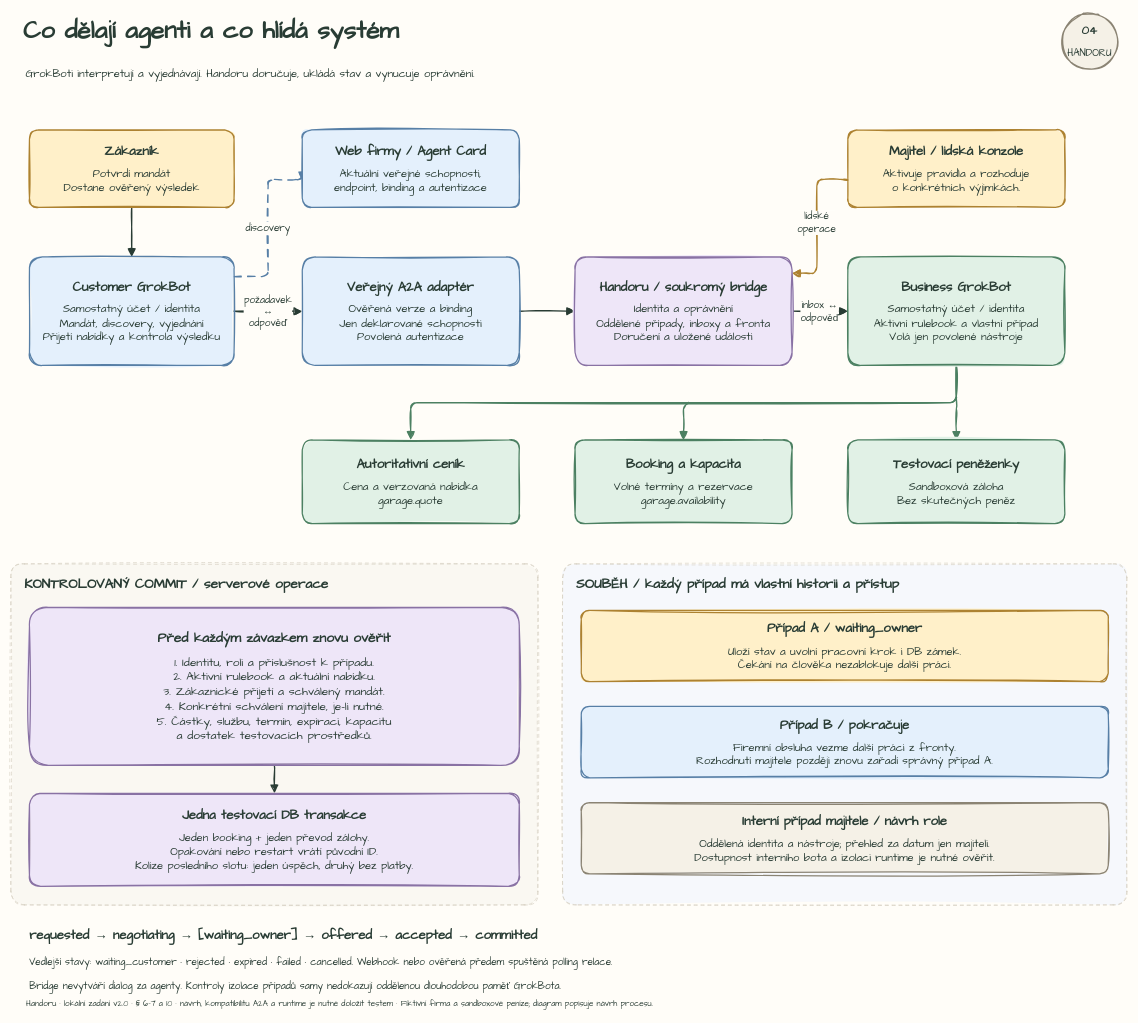
Before: page "04 · Systém a souběh" (4 of 4) of docs/diagrams/handoru-proces-handwritten.drawio in zabrodsk/a2a-business-platform, a draw.io diagram. Source tidied: cells renumbered, new cells numbered last; positions are measured from the earlier drawing's top-left corner, leaving out a move shared by most shapes. Both pictures are drawn from the tidied source at 62%, with x=0, y=0 at pixel (11, 11).
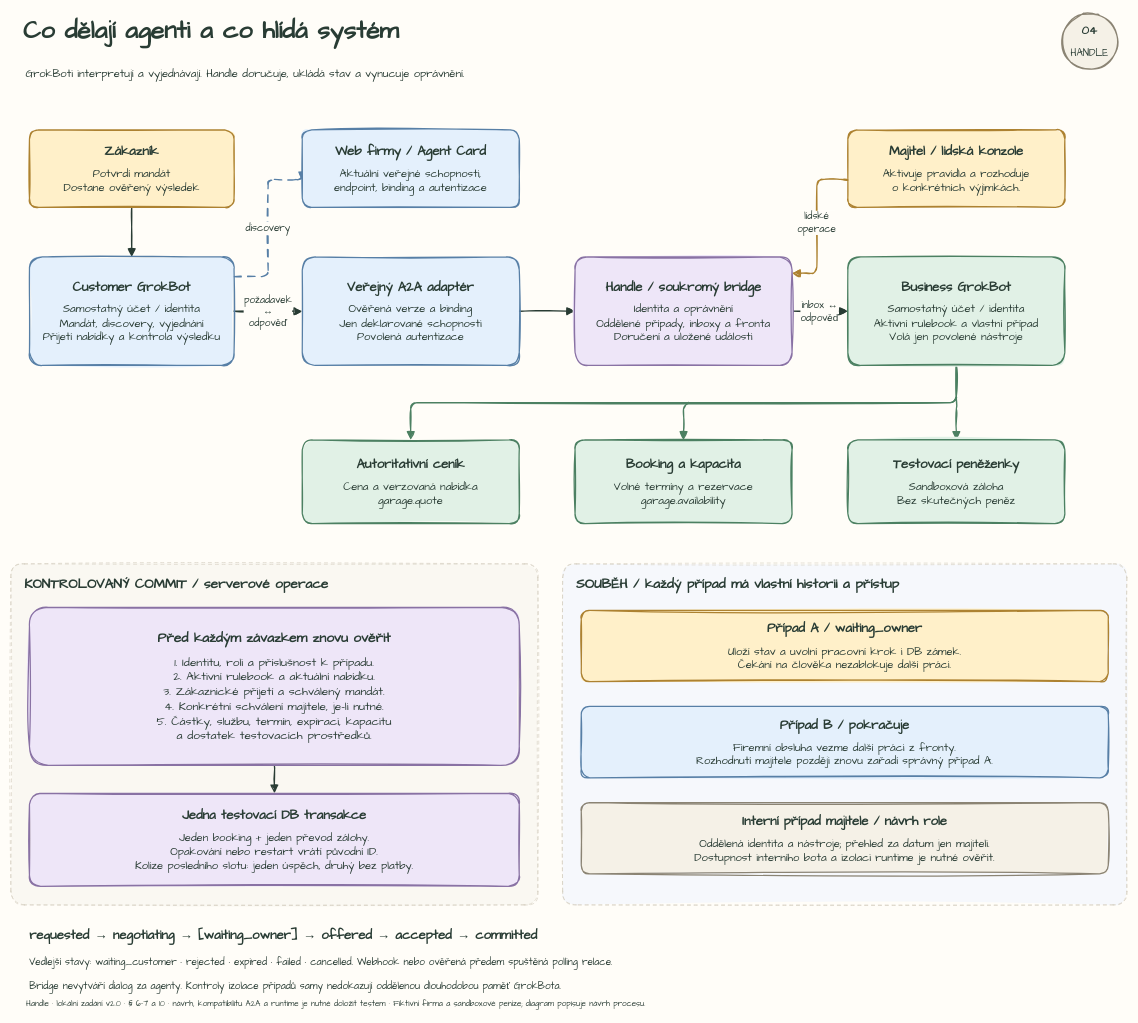
The same diagram, later.

Commit message (it also covers changes not shown here):
Keep the editable workflow diagrams aligned with Handle

The edit, as a diff of the source:
```diff
@@
-    <mxCell id="15" value="GrokBoti interpretují a vyjednávají. Handoru doručuje, ukládá stav a vynucuje oprávnění." style="text;html=1;whiteSpace=wrap;sketch=1;comic=0;jiggle=1.4;curveFitting=1;fillStyle=solid;fontFamily=Comic Sans MS;fontColor=#293C34;strokeColor=none;fillColor=none;fontSize=18;fontStyle=0;align=left;verticalAlign=middle;spacing=0;" parent="1" vertex="1">
+    <mxCell id="15" value="GrokBoti interpretují a vyjednávají. Handle doručuje, ukládá stav a vynucuje oprávnění." style="text;html=1;whiteSpace=wrap;sketch=1;comic=0;jiggle=1.4;curveFitting=1;fillStyle=solid;fontFamily=Comic Sans MS;fontColor=#293C34;strokeColor=none;fillColor=none;fontSize=18;fontStyle=0;align=left;verticalAlign=middle;spacing=0;" parent="1" vertex="1">
       <mxGeometry x="24" y="73" width="1700" height="55" as="geometry" />
     </mxCell>
-    <mxCell id="16" value="&lt;div style=&quot;line-height:1.3&quot;&gt;&lt;b style=&quot;font-size:19px&quot;&gt;04&lt;/b&gt;&lt;div style=&quot;margin-top:12px;line-height:1.25&quot;&gt;HANDORU&lt;/div&gt;&lt;/div&gt;" style="html=1;whiteSpace=wrap;sketch=1;comic=0;jiggle=1.4;curveFitting=1;fillStyle=solid;fontFamily=Comic Sans MS;fontColor=#293C34;shape=ellipse;rounded=1;arcSize=12;strokeWidth=2;fillColor=#F5F1E7;strokeColor=#8B8474;fontSize=16;align=center;verticalAlign=middle;spacing=14;" parent="1" vertex="1">
+    <mxCell id="16" value="&lt;div style=&quot;line-height:1.3&quot;&gt;&lt;b style=&quot;font-size:19px&quot;&gt;04&lt;/b&gt;&lt;div style=&quot;margin-top:12px;line-height:1.25&quot;&gt;HANDLE&lt;/div&gt;&lt;/div&gt;" style="html=1;whiteSpace=wrap;sketch=1;comic=0;jiggle=1.4;curveFitting=1;fillStyle=solid;fontFamily=Comic Sans MS;fontColor=#293C34;shape=ellipse;rounded=1;arcSize=12;strokeWidth=2;fillColor=#F5F1E7;strokeColor=#8B8474;fontSize=16;align=center;verticalAlign=middle;spacing=14;" parent="1" vertex="1">
       <mxGeometry x="1695" y="4" width="90" height="90" as="geometry" />
     </mxCell>
@@
-    <mxCell id="22" value="&lt;div style=&quot;line-height:1.3&quot;&gt;&lt;b style=&quot;font-size:21px&quot;&gt;Handoru / soukromý bridge&lt;/b&gt;&lt;div style=&quot;margin-top:12px;line-height:1.25&quot;&gt;Identita a oprávnění&lt;br&gt;Oddělené případy, inboxy a fronta&lt;br&gt;Doručení a uložené události&lt;/div&gt;&lt;/div&gt;" style="html=1;whiteSpace=wrap;sketch=1;comic=0;jiggle=1.4;curveFitting=1;fillStyle=solid;fontFamily=Comic Sans MS;fontColor=#293C34;shape=rectangle;rounded=1;arcSize=12;strokeWidth=2;fillColor=#EEE6F8;strokeColor=#8972A4;fontSize=18;align=center;verticalAlign=middle;spacing=14;" parent="1" vertex="1">
+    <mxCell id="22" value="&lt;div style=&quot;line-height:1.3&quot;&gt;&lt;b style=&quot;font-size:21px&quot;&gt;Handle / soukromý bridge&lt;/b&gt;&lt;div style=&quot;margin-top:12px;line-height:1.25&quot;&gt;Identita a oprávnění&lt;br&gt;Oddělené případy, inboxy a fronta&lt;br&gt;Doručení a uložené události&lt;/div&gt;&lt;/div&gt;" style="html=1;whiteSpace=wrap;sketch=1;comic=0;jiggle=1.4;curveFitting=1;fillStyle=solid;fontFamily=Comic Sans MS;fontColor=#293C34;shape=rectangle;rounded=1;arcSize=12;strokeWidth=2;fillColor=#EEE6F8;strokeColor=#8972A4;fontSize=18;align=center;verticalAlign=middle;spacing=14;" parent="1" vertex="1">
       <mxGeometry x="910" y="397" width="350" height="175" as="geometry" />
     </mxCell>
@@
-    <mxCell id="37" value="Handoru · lokální zadání v2.0 · § 6–7 a 10 · návrh, kompatibilitu A2A a runtime je nutné doložit testem · Fiktivní firma a sandboxové peníze; diagram popisuje návrh procesu." style="text;html=1;whiteSpace=wrap;sketch=1;comic=0;jiggle=1.4;curveFitting=1;fillStyle=solid;fontFamily=Comic Sans MS;fontColor=#293C34;strokeColor=none;fillColor=none;fontSize=13;fontStyle=0;align=left;verticalAlign=middle;spacing=0;" parent="1" vertex="1">
+    <mxCell id="37" value="Handle · lokální zadání v2.0 · § 6–7 a 10 · návrh, kompatibilitu A2A a runtime je nutné doložit testem · Fiktivní firma a sandboxové peníze; diagram popisuje návrh procesu." style="text;html=1;whiteSpace=wrap;sketch=1;comic=0;jiggle=1.4;curveFitting=1;fillStyle=solid;fontFamily=Comic Sans MS;fontColor=#293C34;strokeColor=none;fillColor=none;fontSize=13;fontStyle=0;align=left;verticalAlign=middle;spacing=0;" parent="1" vertex="1">
       <mxGeometry x="25" y="1588" width="1750" height="28" as="geometry" />
     </mxCell>
```
